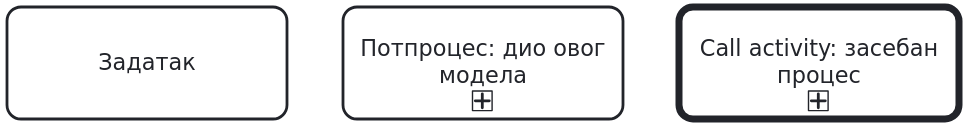
Before: 2026-2027/vjezbe/class3/bpmn-class3/09-reuse-kinds.svg, a diagram exported from BPMN (balsa-sarenac/upp). Its source is kept beside it as 2026-2027/vjezbe/class3/bpmn-class3/09-reuse-kinds.bpmn. Ids are renumbered. Its diagram source:
```xml
<bpmn:definitions xmlns:bpmn="http://www.omg.org/spec/BPMN/20100524/MODEL" xmlns:bpmndi="http://www.omg.org/spec/BPMN/20100524/DI" xmlns:dc="http://www.omg.org/spec/DD/20100524/DC" id="Definitions" targetNamespace="https://upp.example/class3">
  <bpmn:process id="Process" isExecutable="false">
    <bpmn:task id="Task" name="Задатак" />
    <bpmn:subProcess id="Sub" name="Потпроцес: дио овог модела" />
    <bpmn:callActivity id="Call" name="Call activity: засебан процес" calledElement="Other" />
  </bpmn:process>
  <bpmndi:BPMNDiagram id="Diagram">
    <bpmndi:BPMNPlane id="Plane" bpmnElement="Process">
      <bpmndi:BPMNShape id="Task_di" bpmnElement="Task">
        <dc:Bounds x="40" y="40" width="200" height="80" />
      </bpmndi:BPMNShape>
      <bpmndi:BPMNShape id="Sub_di" bpmnElement="Sub" isExpanded="false">
        <dc:Bounds x="280" y="40" width="200" height="80" />
      </bpmndi:BPMNShape>
      <bpmndi:BPMNShape id="Call_di" bpmnElement="Call">
        <dc:Bounds x="520" y="40" width="200" height="80" />
      </bpmndi:BPMNShape>
    </bpmndi:BPMNPlane>
  </bpmndi:BPMNDiagram>
</bpmn:definitions>
```
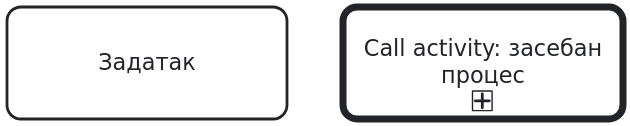
Above is the later version.

The edit, as a diff of the source:
```diff
@@ -1,7 +1,6 @@
 <bpmn:definitions xmlns:bpmn="http://www.omg.org/spec/BPMN/20100524/MODEL" xmlns:bpmndi="http://www.omg.org/spec/BPMN/20100524/DI" xmlns:dc="http://www.omg.org/spec/DD/20100524/DC" id="Definitions" targetNamespace="https://upp.example/class3">
   <bpmn:process id="Process" isExecutable="false">
     <bpmn:task id="Task" name="Задатак" />
-    <bpmn:subProcess id="Sub" name="Потпроцес: дио овог модела" />
     <bpmn:callActivity id="Call" name="Call activity: засебан процес" calledElement="Other" />
   </bpmn:process>
   <bpmndi:BPMNDiagram id="Diagram">
@@ -9,11 +8,8 @@
       <bpmndi:BPMNShape id="Task_di" bpmnElement="Task">
         <dc:Bounds x="40" y="40" width="200" height="80" />
       </bpmndi:BPMNShape>
-      <bpmndi:BPMNShape id="Sub_di" bpmnElement="Sub" isExpanded="false">
+      <bpmndi:BPMNShape id="Call_di" bpmnElement="Call">
         <dc:Bounds x="280" y="40" width="200" height="80" />
-      </bpmndi:BPMNShape>
-      <bpmndi:BPMNShape id="Call_di" bpmnElement="Call">
-        <dc:Bounds x="520" y="40" width="200" height="80" />
       </bpmndi:BPMNShape>
     </bpmndi:BPMNPlane>
   </bpmndi:BPMNDiagram>
```
